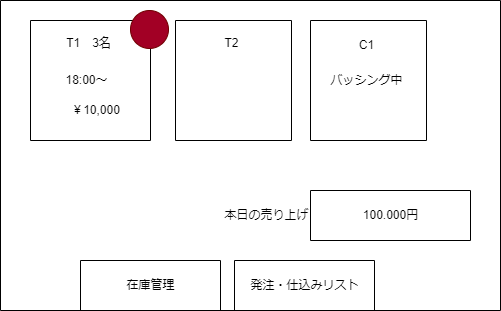
This is psp4/画面項目図/画面項目図_メイン画面.drawio.png from MasakiHiguchi/---, a draw.io export, as it was before one commit. Source tidied: cells renumbered, new cells last; positions are measured from the earlier drawing's top-left corner, leaving out a move shared by most shapes. The source it was exported from:
```xml
<mxGraphModel>
  <root>
    <mxCell id="0" />
    <mxCell id="1" parent="0" />
    <mxCell id="2" style="swimlane;startSize=0;" parent="1" vertex="1">
      <mxGeometry width="500" height="310" as="geometry" />
    </mxCell>
    <mxCell id="3" style="swimlane;startSize=0;" parent="2" vertex="1">
      <mxGeometry x="310" y="20" width="116" height="120" as="geometry" />
    </mxCell>
    <mxCell id="4" value="バッシング中" style="text;html=1;align=center;verticalAlign=middle;strokeColor=none;fillColor=none;" parent="3" vertex="1">
      <mxGeometry x="6" y="45" width="100" height="30" as="geometry" />
    </mxCell>
    <mxCell id="5" value="C1" style="text;html=1;align=center;verticalAlign=middle;strokeColor=none;fillColor=none;" parent="3" vertex="1">
      <mxGeometry x="36" y="10" width="40" height="30" as="geometry" />
    </mxCell>
    <mxCell id="6" style="swimlane;startSize=0;" parent="2" vertex="1">
      <mxGeometry x="175" y="20" width="116" height="120" as="geometry" />
    </mxCell>
    <mxCell id="7" value="T2" style="text;html=1;align=center;verticalAlign=middle;strokeColor=none;fillColor=none;" parent="2" vertex="1">
      <mxGeometry x="211" y="28" width="40" height="30" as="geometry" />
    </mxCell>
    <mxCell id="8" style="swimlane;startSize=0;" parent="2" vertex="1">
      <mxGeometry x="30" y="20" width="120" height="120" as="geometry" />
    </mxCell>
    <mxCell id="9" value="18:00～" style="text;html=1;align=center;verticalAlign=middle;strokeColor=none;fillColor=none;" parent="8" vertex="1">
      <mxGeometry x="21" y="45" width="70" height="30" as="geometry" />
    </mxCell>
    <mxCell id="10" value="￥10,000" style="text;html=1;align=center;verticalAlign=middle;strokeColor=none;fillColor=none;" parent="8" vertex="1">
      <mxGeometry x="30" y="75" width="70" height="30" as="geometry" />
    </mxCell>
    <mxCell id="11" value="T1　3名&lt;br&gt;" style="text;html=1;align=center;verticalAlign=middle;strokeColor=none;fillColor=none;" parent="8" vertex="1">
      <mxGeometry x="23" y="8" width="70" height="30" as="geometry" />
    </mxCell>
    <mxCell id="12" style="ellipse;whiteSpace=wrap;html=1;fillColor=#a20025;fontColor=#ffffff;strokeColor=#6F0000;" parent="8" vertex="1">
      <mxGeometry x="100" y="-10" width="38" height="38" as="geometry" />
    </mxCell>
    <mxCell id="13" style="swimlane;startSize=0;" parent="2" vertex="1">
      <mxGeometry x="80" y="260" width="140" height="50" as="geometry" />
    </mxCell>
    <mxCell id="14" value="在庫管理" style="text;html=1;align=center;verticalAlign=middle;strokeColor=none;fillColor=none;" parent="13" vertex="1">
      <mxGeometry x="35" y="10" width="70" height="30" as="geometry" />
    </mxCell>
    <mxCell id="15" style="swimlane;startSize=0;" parent="2" vertex="1">
      <mxGeometry x="234" y="260" width="140" height="50" as="geometry" />
    </mxCell>
    <mxCell id="16" value="発注・仕込みリスト" style="text;html=1;align=center;verticalAlign=middle;strokeColor=none;fillColor=none;" parent="15" vertex="1">
      <mxGeometry x="5" y="10" width="130" height="30" as="geometry" />
    </mxCell>
    <mxCell id="17" value="本日の売り上げ" style="text;html=1;align=center;verticalAlign=middle;strokeColor=none;fillColor=none;" parent="2" vertex="1">
      <mxGeometry x="211" y="200" width="110" height="30" as="geometry" />
    </mxCell>
    <mxCell id="18" style="swimlane;startSize=0;" parent="2" vertex="1">
      <mxGeometry x="310" y="190" width="160" height="50" as="geometry" />
    </mxCell>
    <mxCell id="19" value="100.000円" style="text;html=1;align=center;verticalAlign=middle;strokeColor=none;fillColor=none;" parent="18" vertex="1">
      <mxGeometry x="40" y="10" width="80" height="30" as="geometry" />
    </mxCell>
  </root>
</mxGraphModel>
```
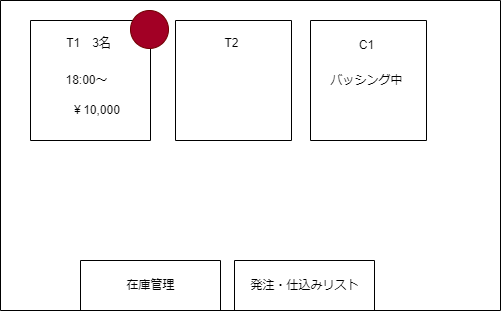
After the commit.

Change to the diagram source:
```diff
@@ -47,14 +47,5 @@
     <mxCell id="16" value="発注・仕込みリスト" style="text;html=1;align=center;verticalAlign=middle;strokeColor=none;fillColor=none;" parent="15" vertex="1">
       <mxGeometry x="5" y="10" width="130" height="30" as="geometry" />
     </mxCell>
-    <mxCell id="17" value="本日の売り上げ" style="text;html=1;align=center;verticalAlign=middle;strokeColor=none;fillColor=none;" parent="2" vertex="1">
-      <mxGeometry x="211" y="200" width="110" height="30" as="geometry" />
-    </mxCell>
-    <mxCell id="18" style="swimlane;startSize=0;" parent="2" vertex="1">
-      <mxGeometry x="310" y="190" width="160" height="50" as="geometry" />
-    </mxCell>
-    <mxCell id="19" value="100.000円" style="text;html=1;align=center;verticalAlign=middle;strokeColor=none;fillColor=none;" parent="18" vertex="1">
-      <mxGeometry x="40" y="10" width="80" height="30" as="geometry" />
-    </mxCell>
   </root>
 </mxGraphModel>
```
